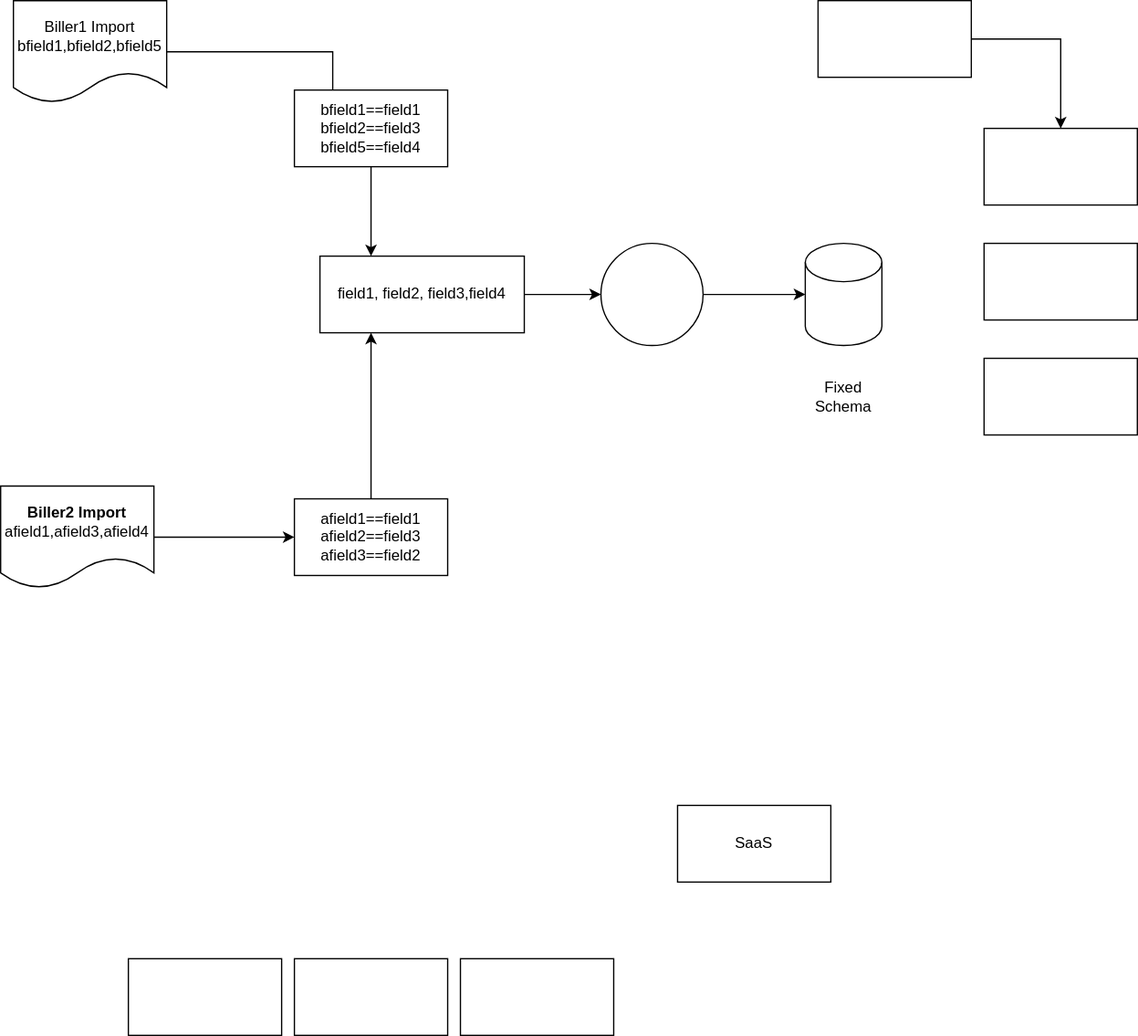
The draw.io diagram bifimport.svg in vjavle/invoicecloud, before a commit. Source tidied: cells renumbered, new cells last; positions are measured from the earlier drawing's top-left corner, leaving out a move shared by most shapes.
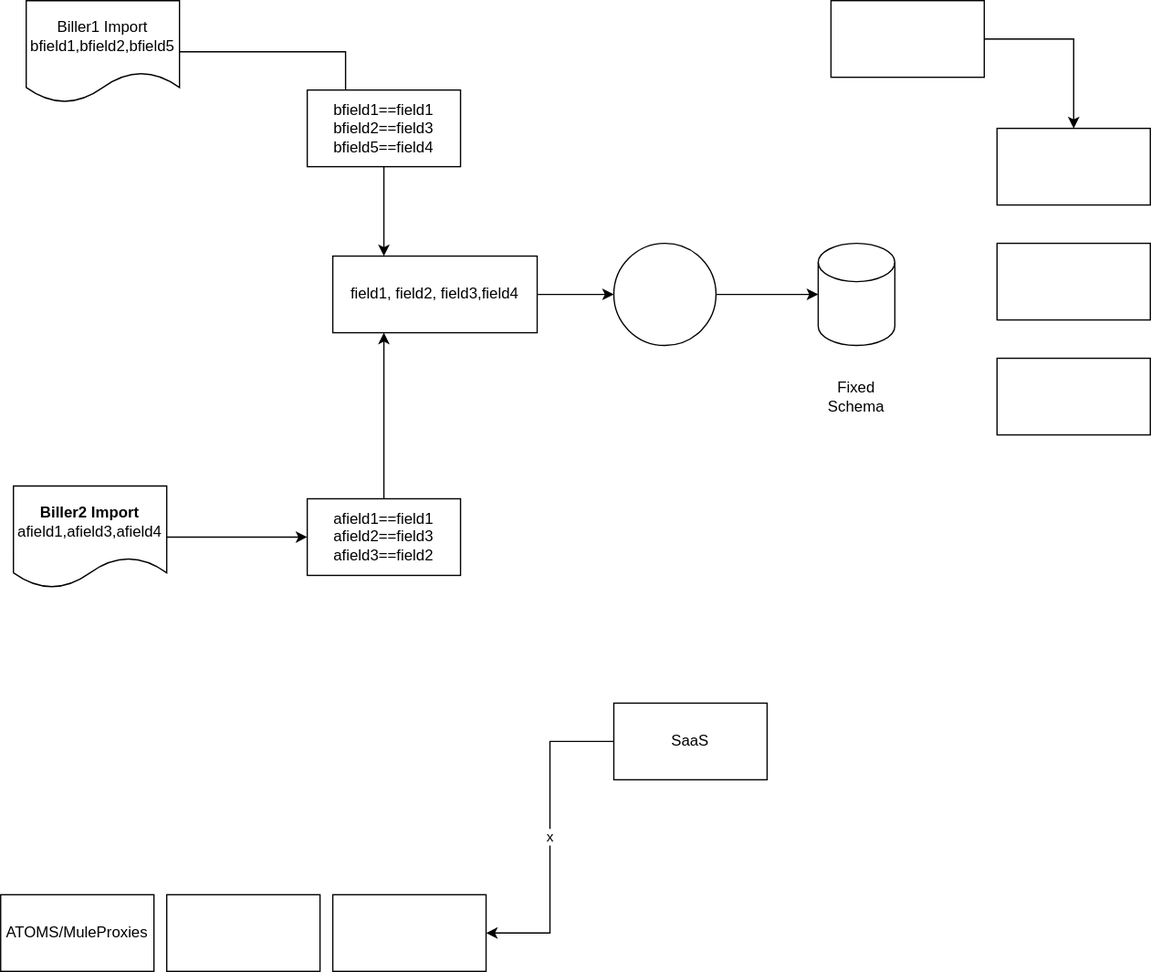
Above is the later version.

Diff of the diagram source:
```diff
@@ -59,17 +59,20 @@
     <mxCell id="20" style="edgeStyle=orthogonalEdgeStyle;rounded=0;jettySize=auto;html=1;entryX=0.25;entryY=0;entryDx=0;entryDy=0;endArrow=none;" parent="1" edge="1" source="3" target="19">
       <mxGeometry relative="1" as="geometry" />
     </mxCell>
-    <mxCell id="21" style="rounded=0;whiteSpace=wrap;html=1;" parent="1" vertex="1">
-      <mxGeometry x="100" y="750" width="120" height="60" as="geometry" />
+    <mxCell id="21" value="ATOMS/MuleProxies" style="rounded=0;whiteSpace=wrap;html=1;" parent="1" vertex="1">
+      <mxGeometry x="-10" y="700" width="120" height="60" as="geometry" />
     </mxCell>
     <mxCell id="22" style="rounded=0;whiteSpace=wrap;html=1;" parent="1" vertex="1">
-      <mxGeometry x="230" y="750" width="120" height="60" as="geometry" />
+      <mxGeometry x="120" y="700" width="120" height="60" as="geometry" />
     </mxCell>
     <mxCell id="23" style="rounded=0;whiteSpace=wrap;html=1;" parent="1" vertex="1">
-      <mxGeometry x="360" y="750" width="120" height="60" as="geometry" />
+      <mxGeometry x="250" y="700" width="120" height="60" as="geometry" />
     </mxCell>
+    <mxCell id="25" value="x" style="edgeStyle=orthogonalEdgeStyle;rounded=0;jettySize=auto;html=1;entryX=1;entryY=0.5;entryDx=0;entryDy=0;" parent="1" edge="1" source="24" target="23">
+      <mxGeometry relative="1" as="geometry" />
+    </mxCell>
     <mxCell id="24" value="SaaS" style="rounded=0;whiteSpace=wrap;html=1;" parent="1" vertex="1">
-      <mxGeometry x="530" y="630" width="120" height="60" as="geometry" />
+      <mxGeometry x="470" y="550" width="120" height="60" as="geometry" />
     </mxCell>
   </root>
 </mxGraphModel>
```
